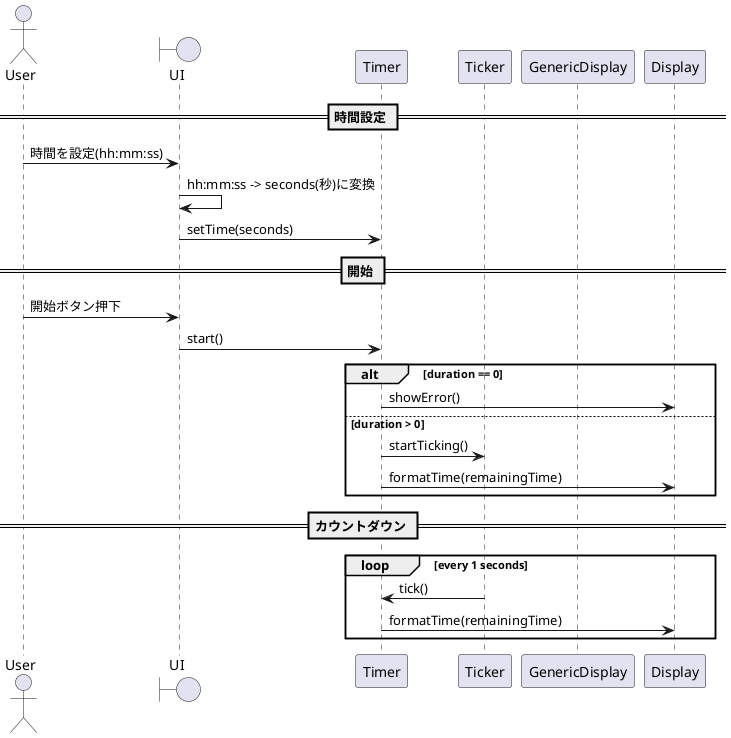
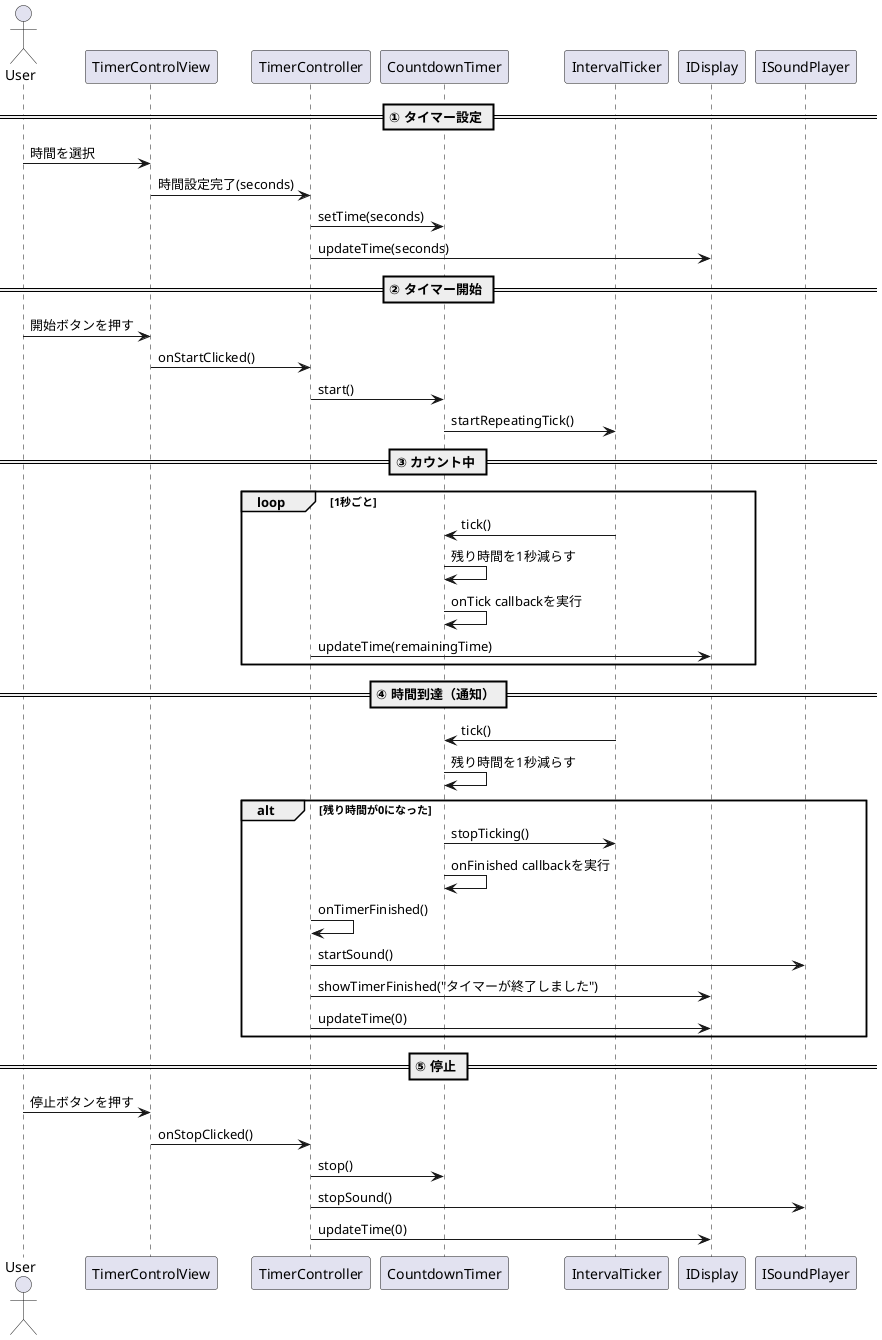

@startuml timer-uml

actor User
- boundary UI
- participant Timer
- participant Ticker
- participant GenericDisplay
+ participant TimerControlView
+ participant TimerController
+ participant CountdownTimer
+ participant IntervalTicker
+ participant IDisplay
+ participant ISoundPlayer

- == 時間設定 ==
- User -> UI:時間を設定(hh:mm:ss)
- UI -> UI:hh:mm:ss -> seconds(秒)に変換
- UI -> Timer:setTime(seconds)
+ == ① タイマー設定 ==
+ User -> TimerControlView : 時間を選択
+ TimerControlView -> TimerController : 時間設定完了(seconds)
+ TimerController -> CountdownTimer : setTime(seconds)
+ TimerController -> IDisplay : updateTime(seconds)

- == 開始 ==
- User -> UI:開始ボタン押下
- UI -> Timer:start()
+ == ② タイマー開始 ==
+ User -> TimerControlView : 開始ボタンを押す
+ TimerControlView -> TimerController : onStartClicked()

- alt duration == 0
-     Timer ->Display:showError()
- else duration > 0
-     Timer -> Ticker:startTicking()
-     Timer -> Display:formatTime(remainingTime)
+ TimerController -> CountdownTimer : start()
+ CountdownTimer -> IntervalTicker : startRepeatingTick()
+ 
+ == ③ カウント中 ==
+ loop 1秒ごと
+     IntervalTicker -> CountdownTimer : tick()
+     CountdownTimer -> CountdownTimer : 残り時間を1秒減らす
+     CountdownTimer -> CountdownTimer : onTick callbackを実行
+     TimerController -> IDisplay : updateTime(remainingTime)
end

- == カウントダウン ==
- loop every 1 seconds
-     Ticker -> Timer:tick()
-     Timer -> Display:formatTime(remainingTime)
+ == ④ 時間到達（通知） ==
+ IntervalTicker -> CountdownTimer : tick()
+ CountdownTimer -> CountdownTimer : 残り時間を1秒減らす
+ 
+ alt 残り時間が0になった
+     CountdownTimer -> IntervalTicker : stopTicking()
+     CountdownTimer -> CountdownTimer : onFinished callbackを実行
+     TimerController -> TimerController : onTimerFinished()
+     TimerController -> ISoundPlayer : startSound()
+     TimerController -> IDisplay : showTimerFinished("タイマーが終了しました")
+     TimerController -> IDisplay : updateTime(0)
end
+ 
+ == ⑤ 停止 ==
+ User -> TimerControlView : 停止ボタンを押す
+ TimerControlView -> TimerController : onStopClicked()
+ 
+ TimerController -> CountdownTimer : stop()
+ TimerController -> ISoundPlayer : stopSound()
+ TimerController -> IDisplay : updateTime(0)
+ 
@enduml
